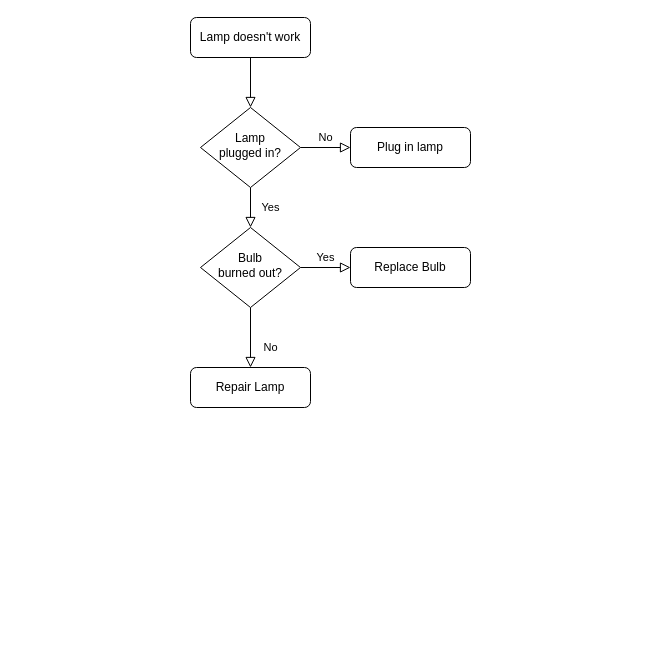
This is Funwithnumbersflowchat.drawio from bennythurm/Ben-Thurmers-Fun-WIth-Numbers, a draw.io file, before an edit. Source tidied: cells renumbered, new cells numbered last; positions are measured from the earlier drawing's top-left corner, leaving out a move shared by most shapes. Both pictures are drawn from the tidied source at 100%, with x=0, y=0 at pixel (190, 17).
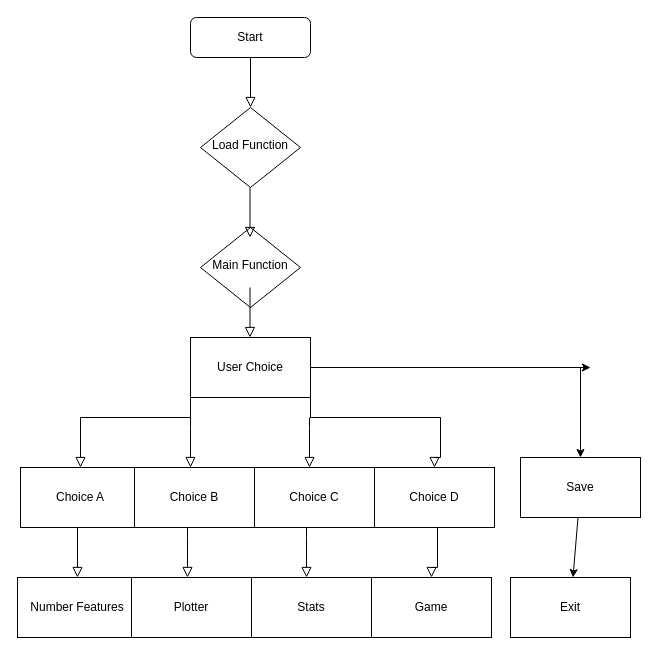
Above is the later version.

Diff of the diagram source:
```diff
@@
-    <mxCell id="3" value="Lamp doesn't work" style="rounded=1;whiteSpace=wrap;html=1;fontSize=12;glass=0;strokeWidth=1;shadow=0;" parent="1" vertex="1">
+    <mxCell id="3" value="Start" style="rounded=1;whiteSpace=wrap;html=1;fontSize=12;glass=0;strokeWidth=1;shadow=0;" parent="1" vertex="1">
       <mxGeometry width="120" height="40" as="geometry" />
     </mxCell>
-    <mxCell id="4" value="Yes" style="rounded=0;html=1;jettySize=auto;fontSize=11;endArrow=block;endFill=0;endSize=8;strokeWidth=1;shadow=0;labelBackgroundColor=none;edgeStyle=orthogonalEdgeStyle;" parent="1" edge="1" source="6" target="10">
-      <mxGeometry y="20" relative="1" as="geometry" />
-    </mxCell>
-    <mxCell id="5" value="No" style="edgeStyle=orthogonalEdgeStyle;rounded=0;html=1;jettySize=auto;fontSize=11;endArrow=block;endFill=0;endSize=8;strokeWidth=1;shadow=0;labelBackgroundColor=none;" parent="1" edge="1" source="6" target="7">
-      <mxGeometry y="10" relative="1" as="geometry" />
-    </mxCell>
-    <mxCell id="6" value="Lamp&lt;br&gt;plugged in?" style="rhombus;whiteSpace=wrap;html=1;shadow=0;fontFamily=Helvetica;fontSize=12;align=center;strokeWidth=1;spacing=6;spacingTop=-4;" parent="1" vertex="1">
+    <mxCell id="6" value="Load Function" style="rhombus;whiteSpace=wrap;html=1;shadow=0;fontFamily=Helvetica;fontSize=12;align=center;strokeWidth=1;spacing=6;spacingTop=-4;" parent="1" vertex="1">
       <mxGeometry x="10" y="90" width="100" height="80" as="geometry" />
     </mxCell>
-    <mxCell id="7" value="Plug in lamp" style="rounded=1;whiteSpace=wrap;html=1;fontSize=12;glass=0;strokeWidth=1;shadow=0;" parent="1" vertex="1">
-      <mxGeometry x="160" y="110" width="120" height="40" as="geometry" />
-    </mxCell>
-    <mxCell id="8" value="No" style="rounded=0;html=1;jettySize=auto;fontSize=11;endArrow=block;endFill=0;endSize=8;strokeWidth=1;shadow=0;labelBackgroundColor=none;edgeStyle=orthogonalEdgeStyle;" parent="1" edge="1" source="10" target="11">
-      <mxGeometry x="0.33" y="20" relative="1" as="geometry" />
-    </mxCell>
-    <mxCell id="9" value="Yes" style="edgeStyle=orthogonalEdgeStyle;rounded=0;html=1;jettySize=auto;fontSize=11;endArrow=block;endFill=0;endSize=8;strokeWidth=1;shadow=0;labelBackgroundColor=none;" parent="1" edge="1" source="10" target="12">
-      <mxGeometry y="10" relative="1" as="geometry" />
-    </mxCell>
-    <mxCell id="10" value="Bulb&lt;br&gt;burned out?" style="rhombus;whiteSpace=wrap;html=1;shadow=0;fontFamily=Helvetica;fontSize=12;align=center;strokeWidth=1;spacing=6;spacingTop=-4;" parent="1" vertex="1">
+    <mxCell id="10" value="Main Function" style="rhombus;whiteSpace=wrap;html=1;shadow=0;fontFamily=Helvetica;fontSize=12;align=center;strokeWidth=1;spacing=6;spacingTop=-4;" parent="1" vertex="1">
       <mxGeometry x="10" y="210" width="100" height="80" as="geometry" />
     </mxCell>
-    <mxCell id="11" value="Repair Lamp" style="rounded=1;whiteSpace=wrap;html=1;fontSize=12;glass=0;strokeWidth=1;shadow=0;" parent="1" vertex="1">
-      <mxGeometry y="350" width="120" height="40" as="geometry" />
-    </mxCell>
-    <mxCell id="12" value="Replace Bulb" style="rounded=1;whiteSpace=wrap;html=1;fontSize=12;glass=0;strokeWidth=1;shadow=0;" parent="1" vertex="1">
-      <mxGeometry x="160" y="230" width="120" height="40" as="geometry" />
-    </mxCell>
+    <mxCell id="13" style="rounded=0;html=1;jettySize=auto;orthogonalLoop=1;fontSize=11;endArrow=block;endFill=0;endSize=8;strokeWidth=1;shadow=0;labelBackgroundColor=none;edgeStyle=orthogonalEdgeStyle;" parent="1" edge="1">
+      <mxGeometry relative="1" as="geometry">
+        <mxPoint x="59.5" y="170" as="sourcePoint" />
+        <mxPoint x="59.5" y="220" as="targetPoint" />
+        <Array as="points">
+          <mxPoint x="59.5" y="180" />
+          <mxPoint x="59.5" y="180" />
+        </Array>
+      </mxGeometry>
+    </mxCell>
+    <mxCell id="14" style="rounded=0;html=1;jettySize=auto;orthogonalLoop=1;fontSize=11;endArrow=block;endFill=0;endSize=8;strokeWidth=1;shadow=0;labelBackgroundColor=none;edgeStyle=orthogonalEdgeStyle;" parent="1" edge="1">
+      <mxGeometry relative="1" as="geometry">
+        <mxPoint x="59.5" y="270" as="sourcePoint" />
+        <mxPoint x="59.5" y="320" as="targetPoint" />
+        <Array as="points">
+          <mxPoint x="59.5" y="280" />
+          <mxPoint x="59.5" y="280" />
+        </Array>
+      </mxGeometry>
+    </mxCell>
+    <mxCell id="15" value="User Choice" style="rounded=0;whiteSpace=wrap;html=1;" parent="1" vertex="1">
+      <mxGeometry y="320" width="120" height="60" as="geometry" />
+    </mxCell>
+    <mxCell id="16" style="rounded=0;html=1;jettySize=auto;fontSize=11;endArrow=block;endFill=0;endSize=8;strokeWidth=1;shadow=0;labelBackgroundColor=none;edgeStyle=orthogonalEdgeStyle;exitX=0;exitY=1;exitDx=0;exitDy=0;" parent="1" edge="1" source="15">
+      <mxGeometry relative="1" as="geometry">
+        <mxPoint x="-110" y="450" as="targetPoint" />
+        <Array as="points">
+          <mxPoint x="-110" y="400" />
+        </Array>
+      </mxGeometry>
+    </mxCell>
+    <mxCell id="17" style="rounded=0;html=1;jettySize=auto;orthogonalLoop=1;fontSize=11;endArrow=block;endFill=0;endSize=8;strokeWidth=1;shadow=0;labelBackgroundColor=none;edgeStyle=orthogonalEdgeStyle;" parent="1" edge="1">
+      <mxGeometry relative="1" as="geometry">
+        <mxPoint y="400" as="sourcePoint" />
+        <mxPoint y="450" as="targetPoint" />
+        <Array as="points">
+          <mxPoint y="410" />
+          <mxPoint y="410" />
+        </Array>
+      </mxGeometry>
+    </mxCell>
+    <mxCell id="18" style="rounded=0;html=1;jettySize=auto;orthogonalLoop=1;fontSize=11;endArrow=block;endFill=0;endSize=8;strokeWidth=1;shadow=0;labelBackgroundColor=none;edgeStyle=orthogonalEdgeStyle;" parent="1" edge="1">
+      <mxGeometry relative="1" as="geometry">
+        <mxPoint x="119" y="400" as="sourcePoint" />
+        <mxPoint x="119" y="450" as="targetPoint" />
+        <Array as="points">
+          <mxPoint x="119" y="410" />
+          <mxPoint x="119" y="410" />
+        </Array>
+      </mxGeometry>
+    </mxCell>
+    <mxCell id="19" style="rounded=0;html=1;jettySize=auto;fontSize=11;endArrow=block;endFill=0;endSize=8;strokeWidth=1;shadow=0;labelBackgroundColor=none;edgeStyle=orthogonalEdgeStyle;exitX=1;exitY=1;exitDx=0;exitDy=0;entryX=0.5;entryY=0;entryDx=0;entryDy=0;" parent="1" edge="1" source="15" target="23">
+      <mxGeometry relative="1" as="geometry">
+        <Array as="points">
+          <mxPoint x="250" y="400" />
+          <mxPoint x="250" y="440" />
+          <mxPoint x="244" y="440" />
+        </Array>
+      </mxGeometry>
+    </mxCell>
+    <mxCell id="20" value="Choice A" style="rounded=0;whiteSpace=wrap;html=1;" parent="1" vertex="1">
+      <mxGeometry x="-170" y="450" width="120" height="60" as="geometry" />
+    </mxCell>
+    <mxCell id="21" value="Choice B" style="rounded=0;whiteSpace=wrap;html=1;" parent="1" vertex="1">
+      <mxGeometry x="-56" y="450" width="120" height="60" as="geometry" />
+    </mxCell>
+    <mxCell id="22" value="Choice C" style="rounded=0;whiteSpace=wrap;html=1;" parent="1" vertex="1">
+      <mxGeometry x="64" y="450" width="120" height="60" as="geometry" />
+    </mxCell>
+    <mxCell id="23" value="Choice D" style="rounded=0;whiteSpace=wrap;html=1;" parent="1" vertex="1">
+      <mxGeometry x="184" y="450" width="120" height="60" as="geometry" />
+    </mxCell>
+    <mxCell id="24" style="rounded=0;html=1;jettySize=auto;orthogonalLoop=1;fontSize=11;endArrow=block;endFill=0;endSize=8;strokeWidth=1;shadow=0;labelBackgroundColor=none;edgeStyle=orthogonalEdgeStyle;exitX=0;exitY=1;exitDx=0;exitDy=0;" parent="1" edge="1">
+      <mxGeometry relative="1" as="geometry">
+        <mxPoint x="-3" y="510" as="sourcePoint" />
+        <mxPoint x="-113" y="560" as="targetPoint" />
+        <Array as="points">
+          <mxPoint x="-113" y="510" />
+        </Array>
+      </mxGeometry>
+    </mxCell>
+    <mxCell id="25" style="rounded=0;html=1;jettySize=auto;orthogonalLoop=1;fontSize=11;endArrow=block;endFill=0;endSize=8;strokeWidth=1;shadow=0;labelBackgroundColor=none;edgeStyle=orthogonalEdgeStyle;" parent="1" edge="1">
+      <mxGeometry relative="1" as="geometry">
+        <mxPoint x="-3" y="510" as="sourcePoint" />
+        <mxPoint x="-3" y="560" as="targetPoint" />
+        <Array as="points">
+          <mxPoint x="-3" y="520" />
+          <mxPoint x="-3" y="520" />
+        </Array>
+      </mxGeometry>
+    </mxCell>
+    <mxCell id="26" style="rounded=0;html=1;jettySize=auto;orthogonalLoop=1;fontSize=11;endArrow=block;endFill=0;endSize=8;strokeWidth=1;shadow=0;labelBackgroundColor=none;edgeStyle=orthogonalEdgeStyle;" parent="1" edge="1">
+      <mxGeometry relative="1" as="geometry">
+        <mxPoint x="116" y="510" as="sourcePoint" />
+        <mxPoint x="116" y="560" as="targetPoint" />
+        <Array as="points">
+          <mxPoint x="116" y="520" />
+          <mxPoint x="116" y="520" />
+        </Array>
+      </mxGeometry>
+    </mxCell>
+    <mxCell id="27" style="rounded=0;html=1;jettySize=auto;fontSize=11;endArrow=block;endFill=0;endSize=8;strokeWidth=1;shadow=0;labelBackgroundColor=none;edgeStyle=orthogonalEdgeStyle;exitX=1;exitY=1;exitDx=0;exitDy=0;entryX=0.5;entryY=0;entryDx=0;entryDy=0;" parent="1" edge="1" target="31">
+      <mxGeometry relative="1" as="geometry">
+        <mxPoint x="117" y="510" as="sourcePoint" />
+        <Array as="points">
+          <mxPoint x="247" y="510" />
+          <mxPoint x="247" y="550" />
+          <mxPoint x="241" y="550" />
+        </Array>
+      </mxGeometry>
+    </mxCell>
+    <mxCell id="28" value="Number Features" style="rounded=0;whiteSpace=wrap;html=1;" parent="1" vertex="1">
+      <mxGeometry x="-173" y="560" width="120" height="60" as="geometry" />
+    </mxCell>
+    <mxCell id="29" value="Plotter" style="rounded=0;whiteSpace=wrap;html=1;" parent="1" vertex="1">
+      <mxGeometry x="-59" y="560" width="120" height="60" as="geometry" />
+    </mxCell>
+    <mxCell id="30" value="Stats" style="rounded=0;whiteSpace=wrap;html=1;" parent="1" vertex="1">
+      <mxGeometry x="61" y="560" width="120" height="60" as="geometry" />
+    </mxCell>
+    <mxCell id="31" value="Game" style="rounded=0;whiteSpace=wrap;html=1;" parent="1" vertex="1">
+      <mxGeometry x="181" y="560" width="120" height="60" as="geometry" />
+    </mxCell>
+    <mxCell id="32" style="endArrow=classic;html=1;rounded=0;" parent="1" edge="1">
+      <mxGeometry relative="1" as="geometry">
+        <mxPoint x="120" y="350" as="sourcePoint" />
+        <mxPoint x="400" y="350" as="targetPoint" />
+      </mxGeometry>
+    </mxCell>
+    <mxCell id="33" style="endArrow=classic;html=1;rounded=0;" parent="1" edge="1" source="35" target="36">
+      <mxGeometry relative="1" as="geometry" />
+    </mxCell>
+    <mxCell id="34" style="endArrow=classic;html=1;rounded=0;" parent="1" edge="1" target="35">
+      <mxGeometry relative="1" as="geometry">
+        <mxPoint x="390" y="350" as="sourcePoint" />
+      </mxGeometry>
+    </mxCell>
+    <mxCell id="35" value="Save" style="rounded=0;whiteSpace=wrap;html=1;" parent="1" vertex="1">
+      <mxGeometry x="330" y="440" width="120" height="60" as="geometry" />
+    </mxCell>
+    <mxCell id="36" value="Exit" style="rounded=0;whiteSpace=wrap;html=1;" parent="1" vertex="1">
+      <mxGeometry x="320" y="560" width="120" height="60" as="geometry" />
+    </mxCell>
```
